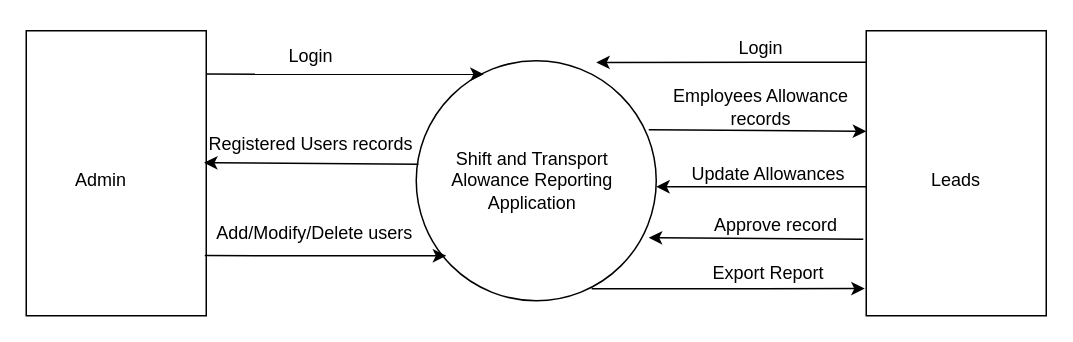
Earlier version of the draw.io diagram Untitled Diagram.drawio (Shubham7997/avoid_being_hit). Source tidied: cells renumbered, new cells numbered last; positions are measured from the earlier drawing's top-left corner, leaving out a move shared by most shapes. Both pictures are drawn from the tidied source at 150%, with x=0, y=0 at pixel (26, 26).
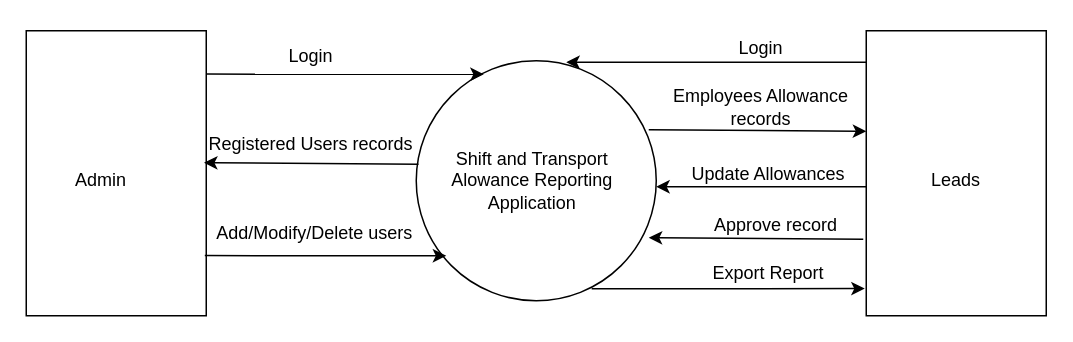
The same diagram, later.

Diff of the diagram source:
```diff
@@
-    <mxCell id="8" style="endArrow=classic;html=1;rounded=0;entryX=0.75;entryY=0.063;entryDx=0;entryDy=0;entryPerimeter=0;" parent="1" edge="1">
+    <mxCell id="8" style="endArrow=classic;html=1;rounded=0;" parent="1" edge="1">
       <mxGeometry relative="1" as="geometry">
         <mxPoint x="560" y="24" as="sourcePoint" />
-        <mxPoint x="380" y="24.1" as="targetPoint" />
+        <mxPoint x="360" y="24" as="targetPoint" />
       </mxGeometry>
     </mxCell>
```
